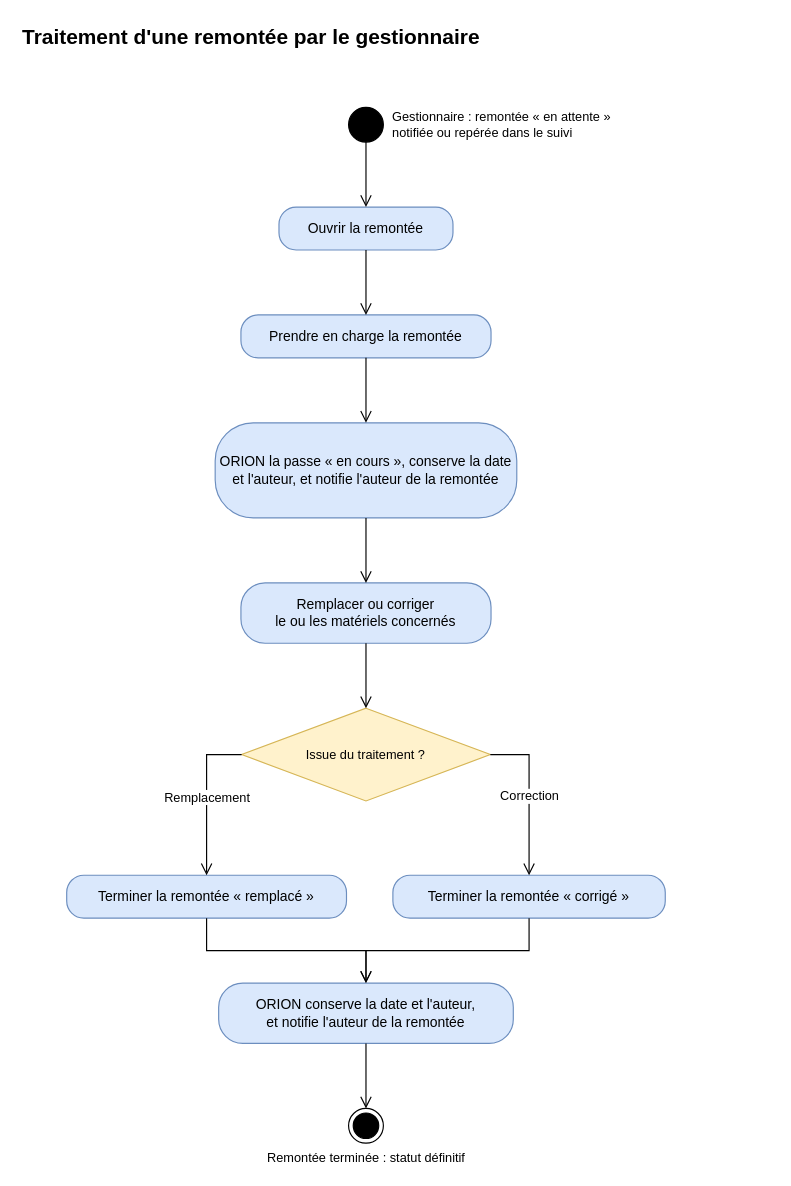
bpierrelouis/aster keeps this draw.io diagram as page "Traitement d'une remontée par le gestionnaire" (4 of 10) of docs/02-ANALYSE/01-MODELISATION-METIER/02-DIAGRAMMES-ACTIVITE.drawio. Above is the earlier version. Source tidied: cells renumbered, new cells numbered last; positions are measured from the earlier drawing's top-left corner, leaving out a move shared by most shapes. Both pictures are drawn from the tidied source at 116%, with x=0, y=0 at pixel (20, 20).
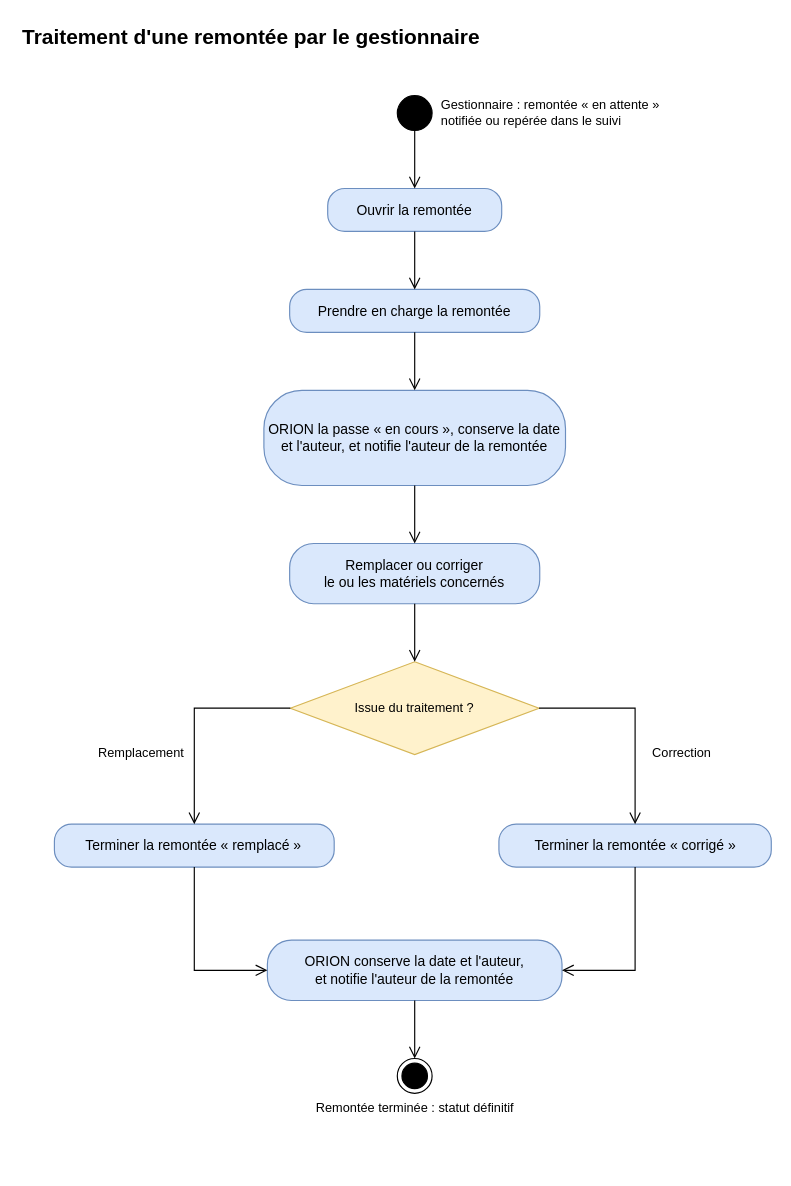
After the change.

The edit, as a diff of the source:
```diff
@@
     <mxCell id="3" value="Gestionnaire : remontée « en attente »&lt;br&gt;notifiée ou repérée dans le suivi" style="ellipse;html=1;fillColor=#000000;strokeColor=#000000;fontSize=11;labelPosition=right;verticalLabelPosition=middle;align=left;verticalAlign=middle;spacingLeft=6;" parent="1" vertex="1">
-      <mxGeometry x="283" y="75" width="30" height="30" as="geometry" />
+      <mxGeometry x="325" y="65" width="30" height="30" as="geometry" />
     </mxCell>
     <mxCell id="4" value="Ouvrir la remontée" style="rounded=1;arcSize=40;whiteSpace=wrap;html=1;fontSize=12;fillColor=#dae8fc;strokeColor=#6c8ebf;" parent="1" vertex="1">
-      <mxGeometry x="223" y="161" width="150" height="37" as="geometry" />
+      <mxGeometry x="265" y="145" width="150" height="37" as="geometry" />
     </mxCell>
     <mxCell id="5" value="Prendre en charge la remontée" style="rounded=1;arcSize=40;whiteSpace=wrap;html=1;fontSize=12;fillColor=#dae8fc;strokeColor=#6c8ebf;" parent="1" vertex="1">
-      <mxGeometry x="190.2" y="254" width="215.6" height="37" as="geometry" />
+      <mxGeometry x="232.2" y="232" width="215.6" height="37" as="geometry" />
     </mxCell>
     <mxCell id="6" value="ORION la passe « en cours », conserve la date&lt;br&gt;et l'auteur, et notifie l'auteur de la remontée" style="rounded=1;arcSize=40;whiteSpace=wrap;html=1;fontSize=12;fillColor=#dae8fc;strokeColor=#6c8ebf;" parent="1" vertex="1">
-      <mxGeometry x="168" y="347" width="260" height="82" as="geometry" />
+      <mxGeometry x="210" y="319" width="260" height="82" as="geometry" />
     </mxCell>
     <mxCell id="7" value="Remplacer ou corriger&lt;br&gt;le ou les matériels concernés" style="rounded=1;arcSize=40;whiteSpace=wrap;html=1;fontSize=12;fillColor=#dae8fc;strokeColor=#6c8ebf;" parent="1" vertex="1">
-      <mxGeometry x="190.2" y="485" width="215.6" height="52" as="geometry" />
+      <mxGeometry x="232.2" y="451" width="215.6" height="52" as="geometry" />
     </mxCell>
     <mxCell id="8" value="Issue du traitement ?" style="rhombus;whiteSpace=wrap;html=1;fontSize=11;fillColor=#fff2cc;strokeColor=#d6b656;" parent="1" vertex="1">
-      <mxGeometry x="190.8" y="593" width="214.4" height="80" as="geometry" />
+      <mxGeometry x="232.8" y="553" width="214.4" height="80" as="geometry" />
     </mxCell>
     <mxCell id="9" value="Terminer la remontée « remplacé »" style="rounded=1;arcSize=40;whiteSpace=wrap;html=1;fontSize=12;fillColor=#dae8fc;strokeColor=#6c8ebf;" parent="1" vertex="1">
-      <mxGeometry x="40" y="737" width="241.2" height="37" as="geometry" />
+      <mxGeometry x="29.4" y="693" width="241.2" height="37" as="geometry" />
     </mxCell>
     <mxCell id="10" value="Terminer la remontée « corrigé »" style="rounded=1;arcSize=40;whiteSpace=wrap;html=1;fontSize=12;fillColor=#dae8fc;strokeColor=#6c8ebf;" parent="1" vertex="1">
-      <mxGeometry x="321.2" y="737" width="234.8" height="37" as="geometry" />
+      <mxGeometry x="412.6" y="693" width="234.8" height="37" as="geometry" />
     </mxCell>
     <mxCell id="11" value="ORION conserve la date et l'auteur,&lt;br&gt;et notifie l'auteur de la remontée" style="rounded=1;arcSize=40;whiteSpace=wrap;html=1;fontSize=12;fillColor=#dae8fc;strokeColor=#6c8ebf;" parent="1" vertex="1">
-      <mxGeometry x="171" y="830" width="254" height="52" as="geometry" />
+      <mxGeometry x="213" y="793" width="254" height="52" as="geometry" />
     </mxCell>
     <mxCell id="12" value="Remontée terminée : statut définitif" style="ellipse;html=1;shape=endState;fillColor=#000000;strokeColor=#000000;verticalLabelPosition=bottom;verticalAlign=top;fontSize=11;" parent="1" vertex="1">
-      <mxGeometry x="283" y="938" width="30" height="30" as="geometry" />
+      <mxGeometry x="325" y="895" width="30" height="30" as="geometry" />
     </mxCell>
-    <mxCell id="13" style="edgeStyle=orthogonalEdgeStyle;endArrow=open;endSize=8;html=1;rounded=0;fontSize=11;labelBackgroundColor=#ffffff;exitX=0.5;exitY=1;exitDx=0;exitDy=0;entryX=0.5;entryY=0;entryDx=0;entryDy=0;" parent="1" edge="1" source="3" target="4">
+    <mxCell id="13" style="endArrow=open;endSize=8;html=1;rounded=0;fontSize=11;labelBackgroundColor=#ffffff;edgeStyle=none;exitX=0.5;exitY=1;exitDx=0;exitDy=0;entryX=0.5;entryY=0;entryDx=0;entryDy=0;" parent="1" edge="1" source="3" target="4">
       <mxGeometry relative="1" as="geometry" />
     </mxCell>
-    <mxCell id="14" style="edgeStyle=orthogonalEdgeStyle;endArrow=open;endSize=8;html=1;rounded=0;fontSize=11;labelBackgroundColor=#ffffff;exitX=0.5;exitY=1;exitDx=0;exitDy=0;entryX=0.5;entryY=0;entryDx=0;entryDy=0;" parent="1" edge="1" source="4" target="5">
+    <mxCell id="14" style="endArrow=open;endSize=8;html=1;rounded=0;fontSize=11;labelBackgroundColor=#ffffff;edgeStyle=none;exitX=0.5;exitY=1;exitDx=0;exitDy=0;entryX=0.5;entryY=0;entryDx=0;entryDy=0;" parent="1" edge="1" source="4" target="5">
       <mxGeometry relative="1" as="geometry" />
     </mxCell>
-    <mxCell id="15" style="edgeStyle=orthogonalEdgeStyle;endArrow=open;endSize=8;html=1;rounded=0;fontSize=11;labelBackgroundColor=#ffffff;exitX=0.5;exitY=1;exitDx=0;exitDy=0;entryX=0.5;entryY=0;entryDx=0;entryDy=0;" parent="1" edge="1" source="5" target="6">
+    <mxCell id="15" style="endArrow=open;endSize=8;html=1;rounded=0;fontSize=11;labelBackgroundColor=#ffffff;edgeStyle=none;exitX=0.5;exitY=1;exitDx=0;exitDy=0;entryX=0.5;entryY=0;entryDx=0;entryDy=0;" parent="1" edge="1" source="5" target="6">
       <mxGeometry relative="1" as="geometry" />
     </mxCell>
-    <mxCell id="16" style="edgeStyle=orthogonalEdgeStyle;endArrow=open;endSize=8;html=1;rounded=0;fontSize=11;labelBackgroundColor=#ffffff;exitX=0.5;exitY=1;exitDx=0;exitDy=0;entryX=0.5;entryY=0;entryDx=0;entryDy=0;" parent="1" edge="1" source="6" target="7">
+    <mxCell id="16" style="endArrow=open;endSize=8;html=1;rounded=0;fontSize=11;labelBackgroundColor=#ffffff;edgeStyle=none;exitX=0.5;exitY=1;exitDx=0;exitDy=0;entryX=0.5;entryY=0;entryDx=0;entryDy=0;" parent="1" edge="1" source="6" target="7">
       <mxGeometry relative="1" as="geometry" />
     </mxCell>
-    <mxCell id="17" style="edgeStyle=orthogonalEdgeStyle;endArrow=open;endSize=8;html=1;rounded=0;fontSize=11;labelBackgroundColor=#ffffff;exitX=0.5;exitY=1;exitDx=0;exitDy=0;entryX=0.5;entryY=0;entryDx=0;entryDy=0;" parent="1" edge="1" source="7" target="8">
+    <mxCell id="17" style="endArrow=open;endSize=8;html=1;rounded=0;fontSize=11;labelBackgroundColor=#ffffff;edgeStyle=none;exitX=0.5;exitY=1;exitDx=0;exitDy=0;entryX=0.5;entryY=0;entryDx=0;entryDy=0;" parent="1" edge="1" source="7" target="8">
       <mxGeometry relative="1" as="geometry" />
     </mxCell>
-    <mxCell id="18" value="Remplacement" style="edgeStyle=orthogonalEdgeStyle;endArrow=open;endSize=8;html=1;rounded=0;fontSize=11;labelBackgroundColor=#ffffff;exitX=0;exitY=0.5;exitDx=0;exitDy=0;entryX=0.5;entryY=0;entryDx=0;entryDy=0;" parent="1" edge="1" source="8" target="9">
-      <mxGeometry relative="1" as="geometry" />
+    <mxCell id="18" value="Remplacement" style="endArrow=open;endSize=8;html=1;rounded=0;fontSize=11;labelBackgroundColor=#ffffff;edgeStyle=none;exitX=0;exitY=0.5;exitDx=0;exitDy=0;entryX=0.5;entryY=0;entryDx=0;entryDy=0;" parent="1" edge="1" source="8" target="9">
+      <mxGeometry x="0.34" relative="1" as="geometry">
+        <Array as="points">
+          <mxPoint x="150" y="593" />
+        </Array>
+        <mxPoint x="-46.2" as="offset" />
+      </mxGeometry>
     </mxCell>
-    <mxCell id="19" value="Correction" style="edgeStyle=orthogonalEdgeStyle;endArrow=open;endSize=8;html=1;rounded=0;fontSize=11;labelBackgroundColor=#ffffff;exitX=1;exitY=0.5;exitDx=0;exitDy=0;entryX=0.5;entryY=0;entryDx=0;entryDy=0;" parent="1" edge="1" source="8" target="10">
-      <mxGeometry relative="1" as="geometry" />
+    <mxCell id="19" value="Correction" style="endArrow=open;endSize=8;html=1;rounded=0;fontSize=11;labelBackgroundColor=#ffffff;edgeStyle=none;exitX=1;exitY=0.5;exitDx=0;exitDy=0;entryX=0.5;entryY=0;entryDx=0;entryDy=0;" parent="1" edge="1" source="8" target="10">
+      <mxGeometry x="0.34" relative="1" as="geometry">
+        <Array as="points">
+          <mxPoint x="530" y="593" />
+        </Array>
+        <mxPoint x="40" as="offset" />
+      </mxGeometry>
     </mxCell>
-    <mxCell id="20" style="edgeStyle=orthogonalEdgeStyle;endArrow=open;endSize=8;html=1;rounded=0;fontSize=11;labelBackgroundColor=#ffffff;exitX=0.5;exitY=1;exitDx=0;exitDy=0;entryX=0.5;entryY=0;entryDx=0;entryDy=0;" parent="1" edge="1" source="9" target="11">
-      <mxGeometry relative="1" as="geometry" />
+    <mxCell id="20" style="endArrow=open;endSize=8;html=1;rounded=0;fontSize=11;labelBackgroundColor=#ffffff;edgeStyle=none;exitX=0.5;exitY=1;exitDx=0;exitDy=0;entryX=0;entryY=0.5;entryDx=0;entryDy=0;" parent="1" edge="1" source="9" target="11">
+      <mxGeometry relative="1" as="geometry">
+        <Array as="points">
+          <mxPoint x="150" y="819" />
+        </Array>
+      </mxGeometry>
     </mxCell>
-    <mxCell id="21" style="edgeStyle=orthogonalEdgeStyle;endArrow=open;endSize=8;html=1;rounded=0;fontSize=11;labelBackgroundColor=#ffffff;exitX=0.5;exitY=1;exitDx=0;exitDy=0;entryX=0.5;entryY=0;entryDx=0;entryDy=0;" parent="1" edge="1" source="10" target="11">
-      <mxGeometry relative="1" as="geometry" />
+    <mxCell id="21" style="endArrow=open;endSize=8;html=1;rounded=0;fontSize=11;labelBackgroundColor=#ffffff;edgeStyle=none;exitX=0.5;exitY=1;exitDx=0;exitDy=0;entryX=1;entryY=0.5;entryDx=0;entryDy=0;" parent="1" edge="1" source="10" target="11">
+      <mxGeometry relative="1" as="geometry">
+        <Array as="points">
+          <mxPoint x="530" y="819" />
+        </Array>
+      </mxGeometry>
     </mxCell>
-    <mxCell id="22" style="edgeStyle=orthogonalEdgeStyle;endArrow=open;endSize=8;html=1;rounded=0;fontSize=11;labelBackgroundColor=#ffffff;exitX=0.5;exitY=1;exitDx=0;exitDy=0;entryX=0.5;entryY=0;entryDx=0;entryDy=0;" parent="1" edge="1" source="11" target="12">
+    <mxCell id="22" style="endArrow=open;endSize=8;html=1;rounded=0;fontSize=11;labelBackgroundColor=#ffffff;edgeStyle=none;exitX=0.5;exitY=1;exitDx=0;exitDy=0;entryX=0.5;entryY=0;entryDx=0;entryDy=0;" parent="1" edge="1" source="11" target="12">
       <mxGeometry relative="1" as="geometry" />
     </mxCell>
```
